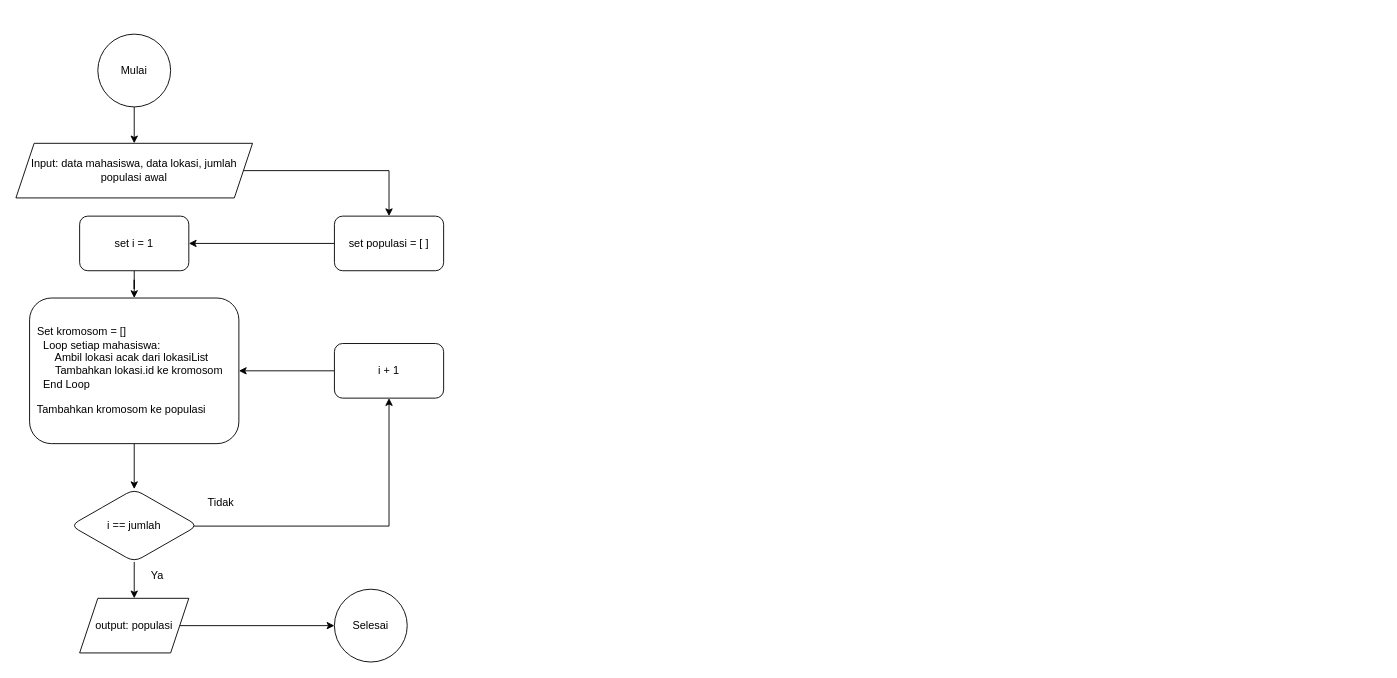
AgungSukaAFK/titik-pkn keeps this draw.io diagram as page "Inisialisasi populasi" (2 of 6) of titik-pkn.drawio. Above is the earlier version. Source tidied: cells renumbered, new cells numbered last; positions are measured from the earlier drawing's top-left corner, leaving out a move shared by most shapes. Both pictures are drawn from the tidied source at 91%, with x=0, y=0 at pixel (15, 34).
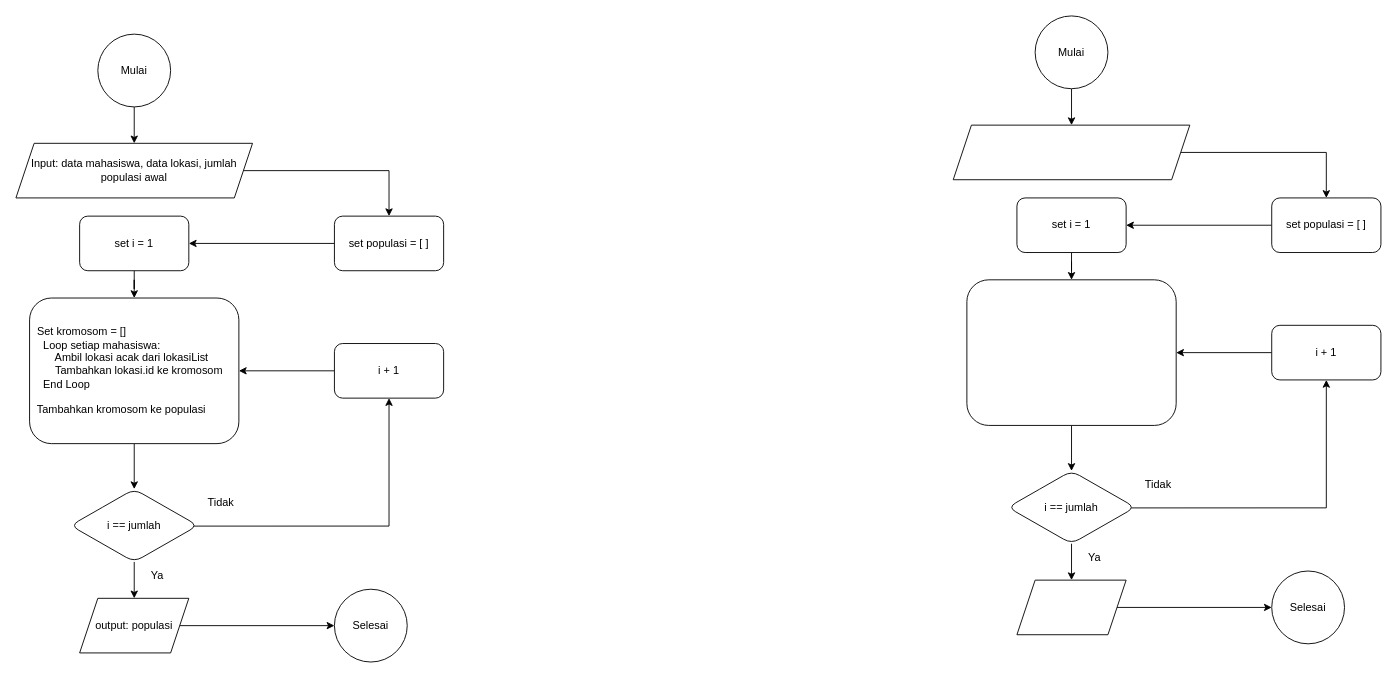
Above is the later version.

What changed in the source:
```diff
@@
+    <mxCell id="22" style="edgeStyle=orthogonalEdgeStyle;rounded=0;jettySize=auto;html=1;entryX=0.5;entryY=0;entryDx=0;entryDy=0;" parent="1" edge="1" source="23" target="26">
+      <mxGeometry relative="1" as="geometry" />
+    </mxCell>
+    <mxCell id="23" value="Mulai" style="ellipse;whiteSpace=wrap;html=1;" parent="1" vertex="1">
+      <mxGeometry x="1120" y="-20" width="80" height="80" as="geometry" />
+    </mxCell>
+    <mxCell id="24" value="Selesai" style="ellipse;whiteSpace=wrap;html=1;" parent="1" vertex="1">
+      <mxGeometry x="1380" y="590" width="80" height="80" as="geometry" />
+    </mxCell>
+    <mxCell id="25" style="edgeStyle=orthogonalEdgeStyle;rounded=0;jettySize=auto;html=1;entryX=0.5;entryY=0;entryDx=0;entryDy=0;" parent="1" edge="1" source="26" target="28">
+      <mxGeometry relative="1" as="geometry" />
+    </mxCell>
+    <mxCell id="26" style="shape=parallelogram;perimeter=parallelogramPerimeter;whiteSpace=wrap;html=1;fixedSize=1;" parent="1" vertex="1">
+      <mxGeometry x="1030" y="100" width="260" height="60" as="geometry" />
+    </mxCell>
+    <mxCell id="27" style="edgeStyle=orthogonalEdgeStyle;rounded=0;jettySize=auto;html=1;" parent="1" edge="1" source="28" target="32">
+      <mxGeometry relative="1" as="geometry" />
+    </mxCell>
+    <mxCell id="28" value="set populasi = [ ]" style="rounded=1;whiteSpace=wrap;html=1;" parent="1" vertex="1">
+      <mxGeometry x="1380" y="180" width="120" height="60" as="geometry" />
+    </mxCell>
+    <mxCell id="29" style="edgeStyle=orthogonalEdgeStyle;rounded=0;jettySize=auto;html=1;" parent="1" edge="1" source="30" target="35">
+      <mxGeometry relative="1" as="geometry" />
+    </mxCell>
+    <mxCell id="30" style="rounded=1;whiteSpace=wrap;html=1;align=left;" parent="1" vertex="1">
+      <mxGeometry x="1045" y="270" width="230" height="160" as="geometry" />
+    </mxCell>
+    <mxCell id="31" style="edgeStyle=orthogonalEdgeStyle;rounded=0;jettySize=auto;html=1;entryX=0.5;entryY=0;entryDx=0;entryDy=0;" parent="1" edge="1" source="32" target="30">
+      <mxGeometry relative="1" as="geometry" />
+    </mxCell>
+    <mxCell id="32" value="set i = 1" style="whiteSpace=wrap;html=1;rounded=1;" parent="1" vertex="1">
+      <mxGeometry x="1100" y="180" width="120" height="60" as="geometry" />
+    </mxCell>
+    <mxCell id="33" style="edgeStyle=orthogonalEdgeStyle;rounded=0;jettySize=auto;html=1;exitX=0.968;exitY=0.508;exitDx=0;exitDy=0;exitPerimeter=0;" parent="1" edge="1" source="35" target="38">
+      <mxGeometry relative="1" as="geometry" />
+    </mxCell>
+    <mxCell id="34" style="edgeStyle=orthogonalEdgeStyle;rounded=0;jettySize=auto;html=1;" parent="1" edge="1" source="35" target="40">
+      <mxGeometry relative="1" as="geometry" />
+    </mxCell>
+    <mxCell id="35" value="i == jumlah" style="rhombus;whiteSpace=wrap;html=1;align=center;rounded=1;" parent="1" vertex="1">
+      <mxGeometry x="1090" y="480" width="140" height="80" as="geometry" />
+    </mxCell>
+    <mxCell id="36" value="Ya" style="text;html=1;align=center;verticalAlign=middle;strokeColor=none;fillColor=none;" parent="1" vertex="1">
+      <mxGeometry x="1165" y="560" width="40" height="30" as="geometry" />
+    </mxCell>
+    <mxCell id="37" style="edgeStyle=orthogonalEdgeStyle;rounded=0;jettySize=auto;html=1;" parent="1" edge="1" source="38" target="30">
+      <mxGeometry relative="1" as="geometry" />
+    </mxCell>
+    <mxCell id="38" value="i + 1" style="whiteSpace=wrap;html=1;rounded=1;" parent="1" vertex="1">
+      <mxGeometry x="1380" y="320" width="120" height="60" as="geometry" />
+    </mxCell>
+    <mxCell id="39" style="edgeStyle=orthogonalEdgeStyle;rounded=0;jettySize=auto;html=1;" parent="1" edge="1" source="40" target="24">
+      <mxGeometry relative="1" as="geometry" />
+    </mxCell>
+    <mxCell id="40" style="shape=parallelogram;perimeter=parallelogramPerimeter;whiteSpace=wrap;html=1;fixedSize=1;" parent="1" vertex="1">
+      <mxGeometry x="1100" y="600" width="120" height="60" as="geometry" />
+    </mxCell>
+    <mxCell id="41" value="Tidak" style="text;html=1;align=center;verticalAlign=middle;strokeColor=none;fillColor=none;" parent="1" vertex="1">
+      <mxGeometry x="1230" y="480" width="50" height="30" as="geometry" />
+    </mxCell>
```
